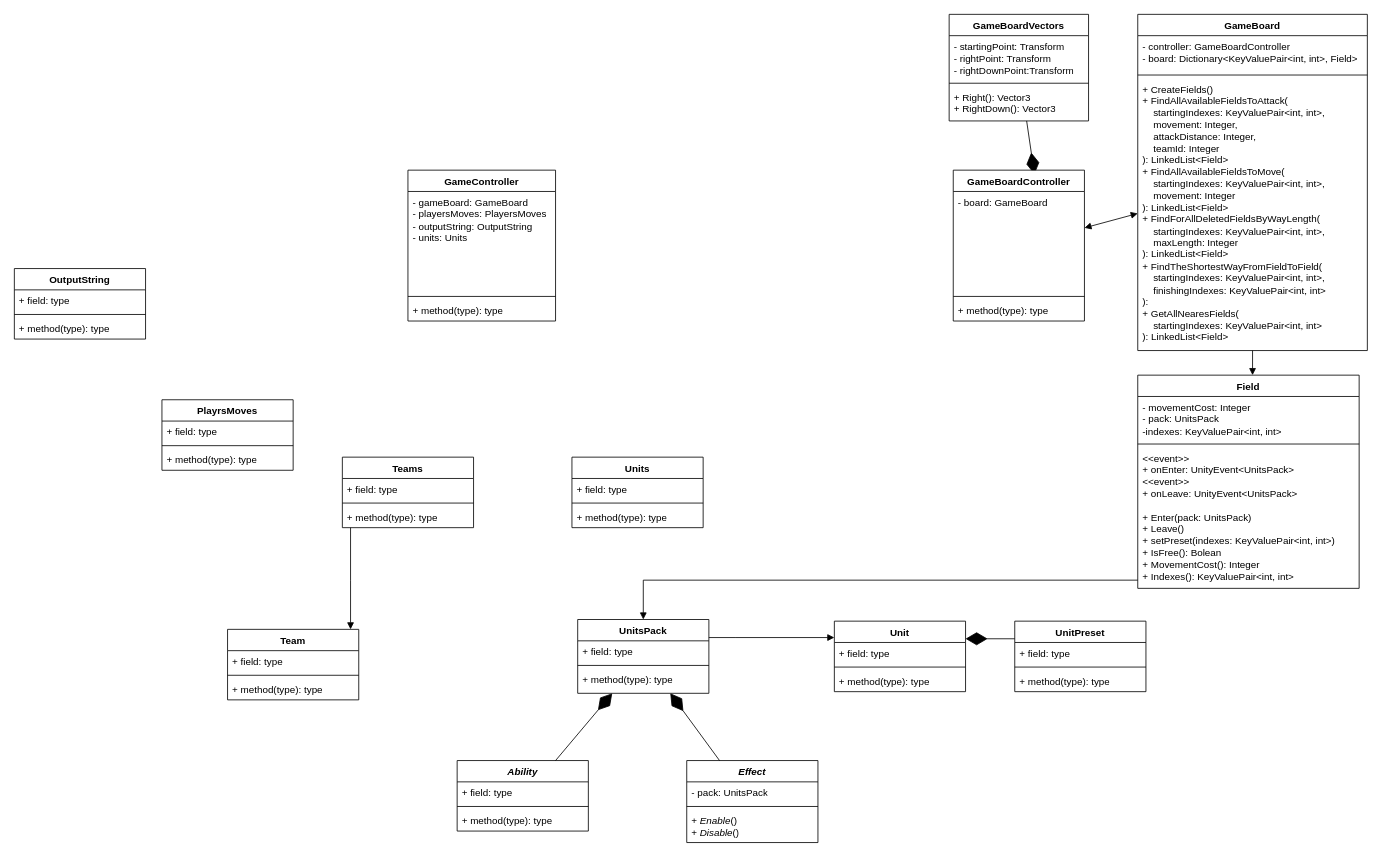
Before: Started classes uml diagrams.drawio in Reelap13/Battle-from-Heroes, a draw.io diagram. Source tidied: cells renumbered, new cells numbered last; positions are measured from the earlier drawing's top-left corner, leaving out a move shared by most shapes. Both pictures are drawn from the tidied source at 82%, with x=0, y=0 at pixel (14, 14).
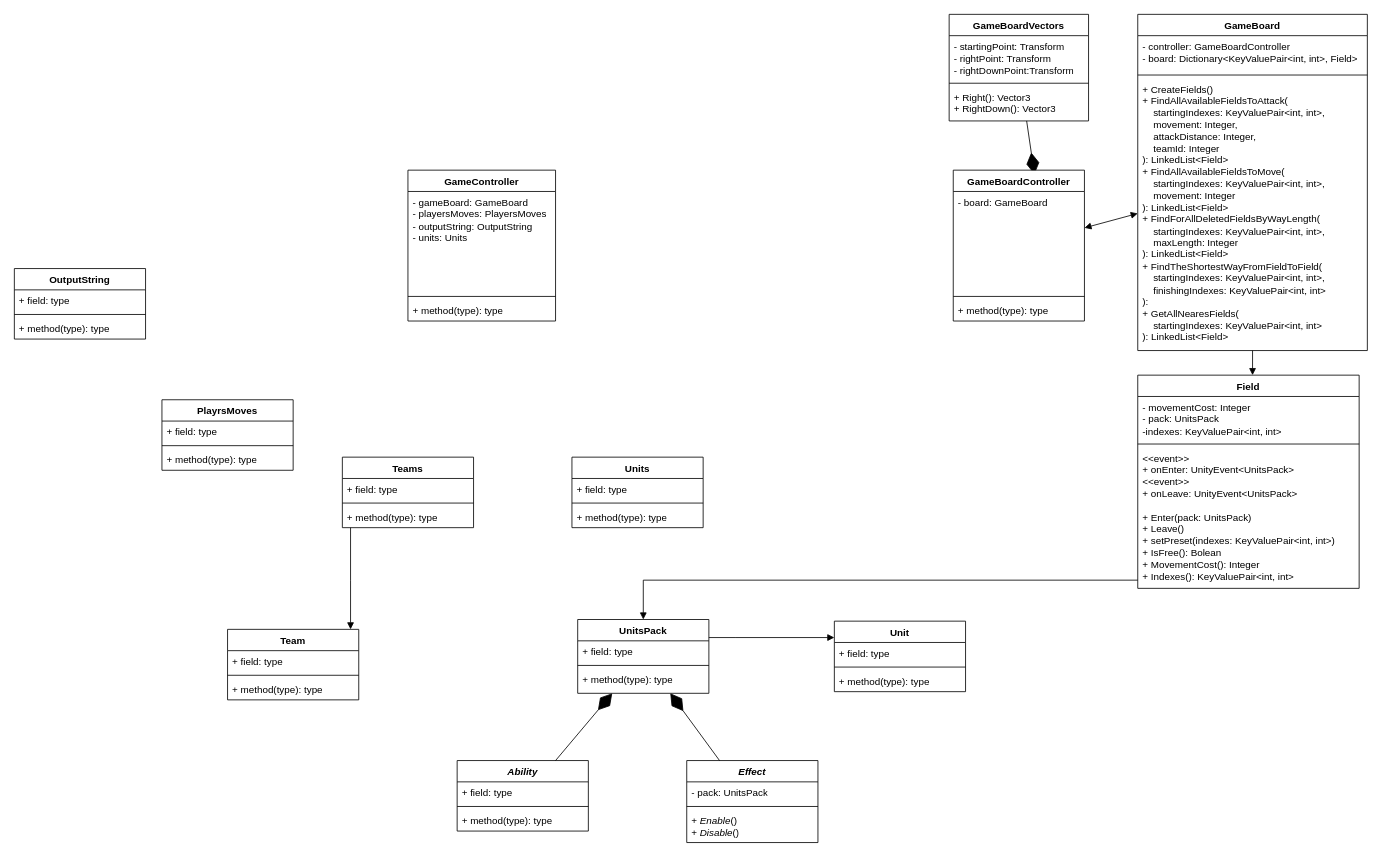
Above is the later version.

Unchanged cells that the change refers to:
```xml
<mxCell id="35" value="Unit" style="swimlane;fontStyle=1;align=center;verticalAlign=top;horizontal=1;startSize=26;whiteSpace=wrap;html=1;" parent="1" vertex="1">
  <mxGeometry x="1000" y="740" width="160" height="86" as="geometry" />
</mxCell>
```

What changed in the source:
```diff
@@
-    <mxCell id="44" value="UnitPreset&lt;br&gt;" style="swimlane;fontStyle=1;align=center;verticalAlign=top;horizontal=1;startSize=26;whiteSpace=wrap;html=1;" parent="1" vertex="1">
-      <mxGeometry x="1220" y="740" width="160" height="86" as="geometry" />
-    </mxCell>
-    <mxCell id="45" value="+ field: type" style="text;strokeColor=none;fillColor=none;align=left;verticalAlign=top;spacingLeft=4;spacingRight=4;overflow=hidden;whiteSpace=wrap;html=1;" parent="44" vertex="1">
-      <mxGeometry y="26" width="160" height="26" as="geometry" />
-    </mxCell>
-    <mxCell id="46" style="line;strokeWidth=1;fillColor=none;align=left;verticalAlign=middle;spacingTop=-1;spacingLeft=3;spacingRight=3;labelPosition=right;strokeColor=inherit;" parent="44" vertex="1">
-      <mxGeometry y="52" width="160" height="8" as="geometry" />
-    </mxCell>
-    <mxCell id="47" value="+ method(type): type" style="text;strokeColor=none;fillColor=none;align=left;verticalAlign=top;spacingLeft=4;spacingRight=4;overflow=hidden;whiteSpace=wrap;html=1;" parent="44" vertex="1">
-      <mxGeometry y="60" width="160" height="26" as="geometry" />
-    </mxCell>
-    <mxCell id="48" style="endArrow=diamondThin;endFill=1;endSize=24;html=1;rounded=0;entryX=1;entryY=0.25;entryDx=0;entryDy=0;exitX=0;exitY=0.25;exitDx=0;exitDy=0;" parent="1" edge="1" source="44" target="35">
-      <mxGeometry relative="1" as="geometry" />
-    </mxCell>
```
